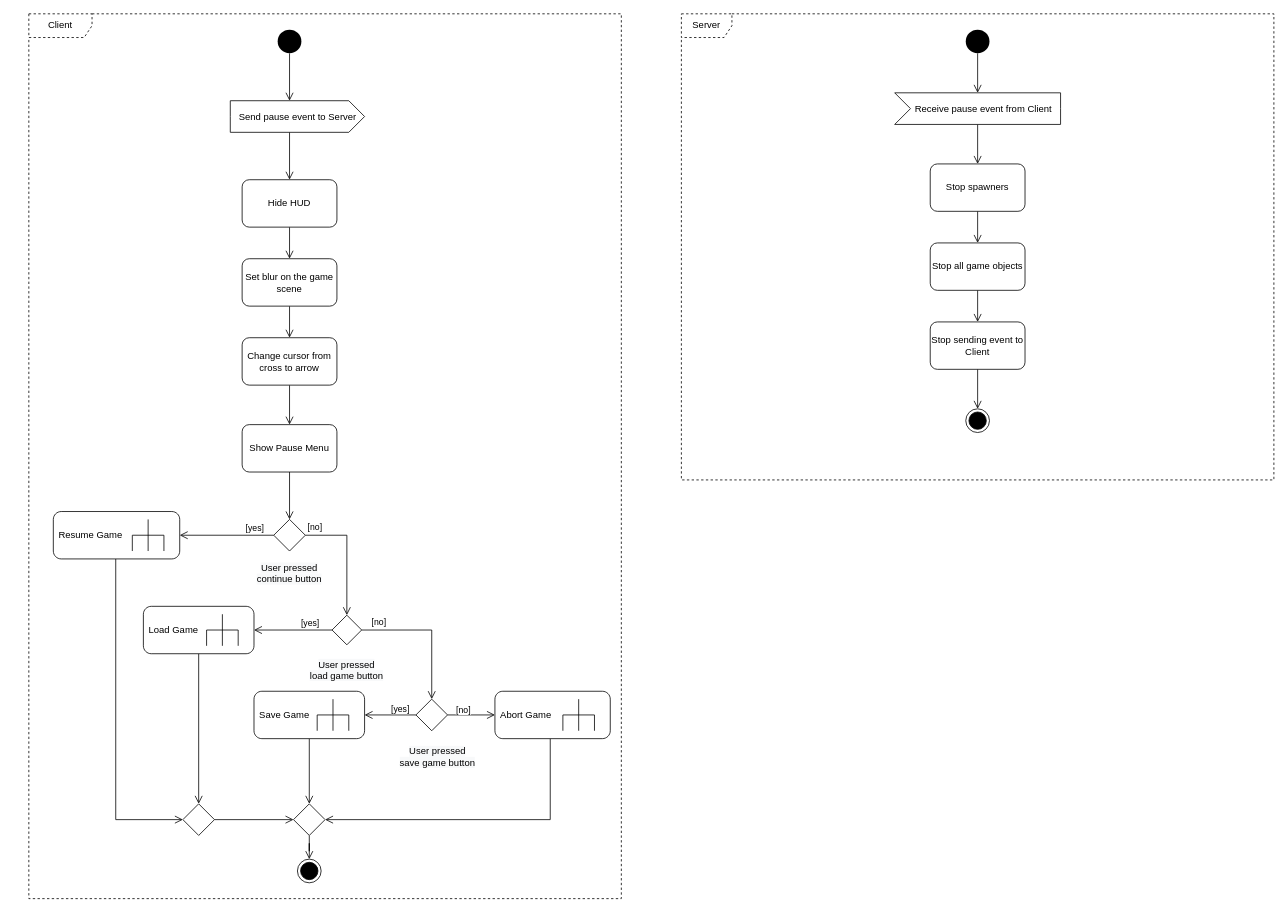
Before: doc/activity_diagrams/singleplayer/pause_game.drawio in TadekBiela/heisttown, a draw.io diagram. Source tidied: cells renumbered, new cells numbered last; positions are measured from the earlier drawing's top-left corner, leaving out a move shared by most shapes. Both pictures are drawn from the tidied source at 79%, with x=0, y=0 at pixel (28, 13).
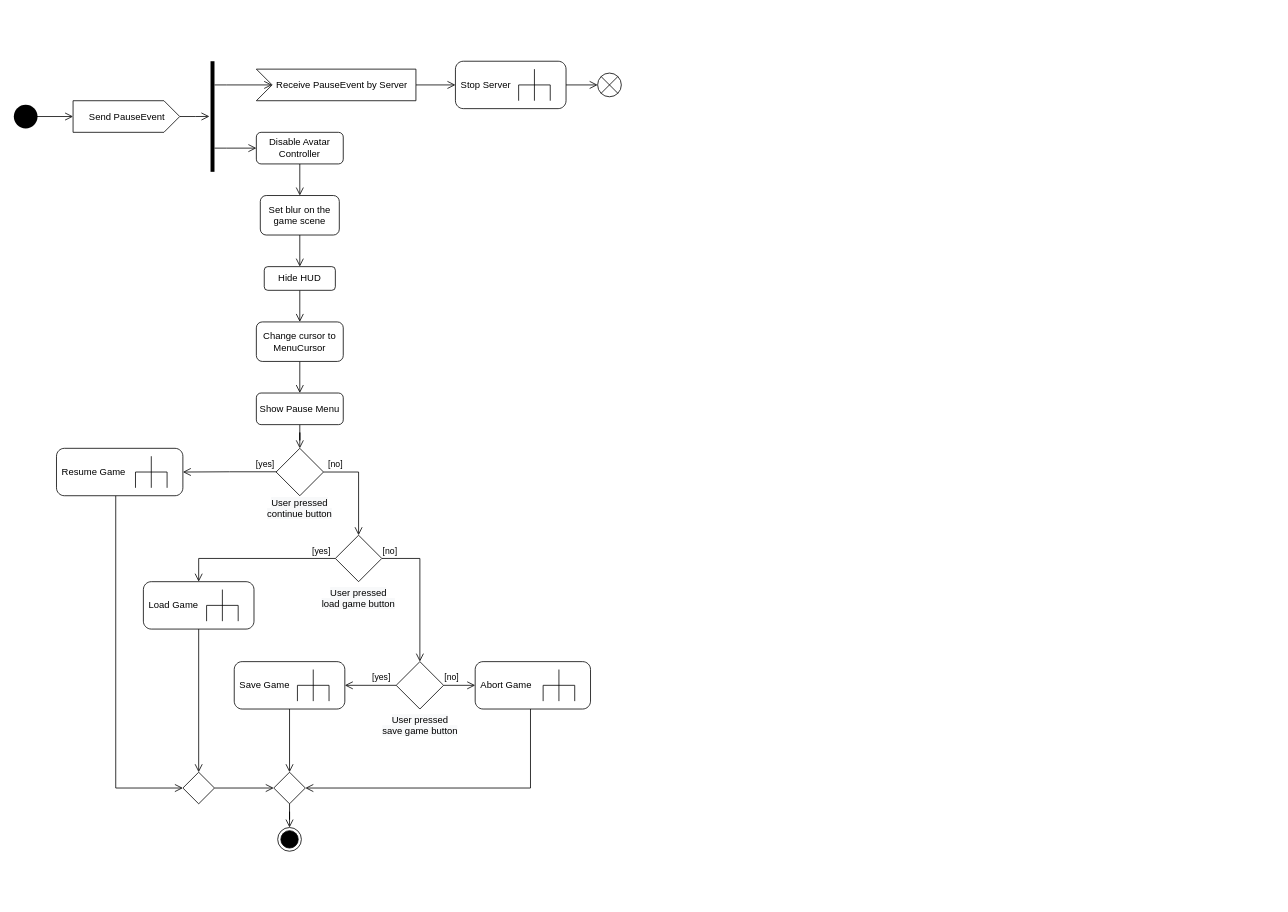
The same page after the edit.

Commit message (it also covers changes not shown here):
Update pause game activity diagram for singleplayer

What changed in the source:
```diff
@@
-    <mxCell id="2" value="Client" style="shape=umlFrame;whiteSpace=wrap;html=1;strokeColor=#000000;width=80;height=30;dashed=1;" parent="1" vertex="1">
-      <mxGeometry width="750" height="1120" as="geometry" />
-    </mxCell>
-    <mxCell id="3" value="Server" style="shape=umlFrame;whiteSpace=wrap;html=1;strokeColor=#000000;width=64;height=30;dashed=1;" parent="1" vertex="1">
-      <mxGeometry x="826" width="750" height="590" as="geometry" />
-    </mxCell>
-    <mxCell id="4" style="edgeStyle=orthogonalEdgeStyle;html=1;verticalAlign=bottom;endArrow=open;endSize=8;strokeColor=#000000;rounded=0;entryX=0;entryY=0;entryDx=75;entryDy=0;exitX=0.5;exitY=1;exitDx=0;exitDy=0;entryPerimeter=0;" parent="1" edge="1" source="30" target="51">
-      <mxGeometry relative="1" as="geometry" />
+    <mxCell id="4" style="edgeStyle=orthogonalEdgeStyle;html=1;verticalAlign=bottom;endArrow=open;endSize=8;strokeColor=#000000;rounded=0;entryX=0;entryY=0;entryDx=0;entryDy=20;entryPerimeter=0;exitX=1;exitY=0.5;exitDx=0;exitDy=0;" parent="1" edge="1" source="30" target="51">
+      <mxGeometry relative="1" as="geometry">
+        <Array as="points">
+          <mxPoint x="1" y="130" />
+          <mxPoint x="1" y="130" />
+        </Array>
+      </mxGeometry>
     </mxCell>
-    <mxCell id="5" style="edgeStyle=orthogonalEdgeStyle;rounded=0;jettySize=auto;html=1;entryX=0.5;entryY=0;entryDx=0;entryDy=0;strokeColor=#000000;endSize=8;endArrow=open;endFill=0;exitX=0;exitY=0;exitDx=75;exitDy=40;exitPerimeter=0;" parent="1" edge="1" source="51" target="7">
-      <mxGeometry relative="1" as="geometry" />
-    </mxCell>
-    <mxCell id="6" style="edgeStyle=orthogonalEdgeStyle;rounded=0;jettySize=auto;html=1;endArrow=open;endFill=0;endSize=8;strokeColor=#000000;" parent="1" edge="1" source="7" target="11">
-      <mxGeometry relative="1" as="geometry" />
-    </mxCell>
+    <mxCell id="53" style="edgeStyle=orthogonalEdgeStyle;rounded=0;jettySize=auto;html=1;endArrow=open;endFill=0;endSize=8;" parent="1" edge="1" source="7" target="9">
+      <mxGeometry relative="1" as="geometry" />
+    </mxCell>
     <mxCell id="7" value="Hide HUD" style="rounded=1;whiteSpace=wrap;html=1;strokeColor=#000000;" parent="1" vertex="1">
-      <mxGeometry x="270" y="210" width="120" height="60" as="geometry" />
+      <mxGeometry x="298" y="320" width="90" height="30" as="geometry" />
     </mxCell>
-    <mxCell id="8" style="edgeStyle=orthogonalEdgeStyle;rounded=0;jettySize=auto;html=1;endArrow=open;endFill=0;endSize=8;strokeColor=#000000;" parent="1" edge="1" source="9" target="13">
-      <mxGeometry relative="1" as="geometry">
-        <Array as="points">
-          <mxPoint x="331" y="530" />
-          <mxPoint x="331" y="530" />
-        </Array>
-      </mxGeometry>
+    <mxCell id="8" style="edgeStyle=orthogonalEdgeStyle;rounded=0;jettySize=auto;html=1;entryX=0.5;entryY=0;entryDx=0;entryDy=0;endArrow=open;endFill=0;endSize=8;" parent="1" edge="1" source="9" target="13">
+      <mxGeometry relative="1" as="geometry" />
     </mxCell>
-    <mxCell id="9" value="Change cursor from cross to arrow" style="rounded=1;whiteSpace=wrap;html=1;strokeColor=#000000;" parent="1" vertex="1">
-      <mxGeometry x="270" y="410" width="120" height="60" as="geometry" />
+    <mxCell id="9" value="Change cursor to MenuCursor" style="rounded=1;whiteSpace=wrap;html=1;strokeColor=#000000;" parent="1" vertex="1">
+      <mxGeometry x="288" y="390" width="110" height="50" as="geometry" />
     </mxCell>
-    <mxCell id="10" style="edgeStyle=orthogonalEdgeStyle;rounded=0;jettySize=auto;html=1;endArrow=open;endFill=0;endSize=8;strokeColor=#000000;" parent="1" edge="1" source="11" target="9">
-      <mxGeometry relative="1" as="geometry" />
-    </mxCell>
+    <mxCell id="54" style="edgeStyle=orthogonalEdgeStyle;rounded=0;jettySize=auto;html=1;endArrow=open;endFill=0;endSize=8;" parent="1" edge="1" source="11" target="7">
+      <mxGeometry relative="1" as="geometry" />
+    </mxCell>
     <mxCell id="11" value="Set blur on the game scene" style="rounded=1;whiteSpace=wrap;html=1;strokeColor=#000000;" parent="1" vertex="1">
-      <mxGeometry x="270" y="310" width="120" height="60" as="geometry" />
+      <mxGeometry x="293" y="230" width="100" height="50" as="geometry" />
     </mxCell>
-    <mxCell id="12" style="edgeStyle=orthogonalEdgeStyle;rounded=0;jettySize=auto;html=1;entryX=0.5;entryY=0;entryDx=0;entryDy=0;endArrow=open;endFill=0;endSize=8;strokeColor=#000000;" parent="1" edge="1" source="13" target="23">
+    <mxCell id="12" style="edgeStyle=orthogonalEdgeStyle;rounded=0;jettySize=auto;html=1;entryX=0.5;entryY=0;entryDx=0;entryDy=0;endArrow=open;endFill=0;endSize=8;strokeColor=#000000;" parent="1" edge="1" source="13" target="65">
       <mxGeometry relative="1" as="geometry" />
     </mxCell>
     <mxCell id="13" value="Show Pause Menu" style="rounded=1;whiteSpace=wrap;html=1;strokeColor=#000000;" parent="1" vertex="1">
-      <mxGeometry x="270" y="520" width="120" height="60" as="geometry" />
+      <mxGeometry x="288" y="480" width="110" height="40" as="geometry" />
     </mxCell>
-    <mxCell id="14" style="edgeStyle=orthogonalEdgeStyle;rounded=0;jettySize=auto;html=1;entryX=1;entryY=0.5;entryDx=0;entryDy=0;entryPerimeter=0;endArrow=open;endFill=0;endSize=8;strokeColor=#000000;exitX=0;exitY=0.5;exitDx=0;exitDy=0;" parent="1" edge="1" source="23" target="19">
+    <mxCell id="14" style="edgeStyle=orthogonalEdgeStyle;rounded=0;jettySize=auto;html=1;entryX=1;entryY=0.5;entryDx=0;entryDy=0;entryPerimeter=0;endArrow=open;endFill=0;endSize=8;strokeColor=#000000;exitX=0.035;exitY=0.495;exitDx=0;exitDy=0;exitPerimeter=0;" parent="1" edge="1" source="65" target="19">
       <mxGeometry relative="1" as="geometry" />
     </mxCell>
     <mxCell id="15" value="[yes]" style="edgeLabel;html=1;align=center;verticalAlign=middle;" parent="14" vertex="1">
       <mxGeometry x="-0.1" relative="1" as="geometry">
-        <mxPoint x="29" y="-10" as="offset" />
+        <mxPoint x="37" y="-10" as="offset" />
       </mxGeometry>
     </mxCell>
     <mxCell id="16" style="edgeStyle=orthogonalEdgeStyle;rounded=0;jettySize=auto;html=1;entryX=1;entryY=0.5;entryDx=0;entryDy=0;endArrow=open;endFill=0;endSize=8;strokeColor=#000000;" parent="1" edge="1" source="17" target="48">
       <mxGeometry relative="1" as="geometry">
         <Array as="points">
-          <mxPoint x="660" y="1020" />
+          <mxPoint x="635" y="980" />
         </Array>
       </mxGeometry>
     </mxCell>
     <mxCell id="17" value="&lt;span style=&quot;text-align: center;&quot;&gt;Abort Game&lt;/span&gt;" style="shape=mxgraph.uml25.behaviorAction;html=1;rounded=1;absoluteArcSize=1;arcSize=10;align=left;spacingLeft=5;strokeColor=#000000;" parent="1" vertex="1">
-      <mxGeometry x="590" y="857.5" width="146" height="60" as="geometry" />
+      <mxGeometry x="565" y="820" width="146" height="60" as="geometry" />
     </mxCell>
     <mxCell id="18" style="edgeStyle=orthogonalEdgeStyle;rounded=0;jettySize=auto;html=1;entryX=0;entryY=0.5;entryDx=0;entryDy=0;endArrow=open;endFill=0;endSize=8;strokeColor=#000000;" parent="1" edge="1" source="19" target="50">
       <mxGeometry relative="1" as="geometry">
         <Array as="points">
-          <mxPoint x="110" y="1020" />
+          <mxPoint x="110" y="980" />
         </Array>
       </mxGeometry>
     </mxCell>
     <mxCell id="19" value="&lt;span style=&quot;text-align: center;&quot;&gt;Resume Game&lt;/span&gt;" style="shape=mxgraph.uml25.behaviorAction;html=1;rounded=1;absoluteArcSize=1;arcSize=10;align=left;spacingLeft=5;strokeColor=#000000;" parent="1" vertex="1">
-      <mxGeometry x="31" y="630" width="160" height="60" as="geometry" />
+      <mxGeometry x="35" y="550" width="160" height="60" as="geometry" />
     </mxCell>
@@
     <mxCell id="21" value="&lt;span style=&quot;text-align: center;&quot;&gt;Load Game&lt;/span&gt;" style="shape=mxgraph.uml25.behaviorAction;html=1;rounded=1;absoluteArcSize=1;arcSize=10;align=left;spacingLeft=5;strokeColor=#000000;" parent="1" vertex="1">
-      <mxGeometry x="145" y="750" width="140" height="60" as="geometry" />
+      <mxGeometry x="145" y="718.8" width="140" height="60" as="geometry" />
     </mxCell>
-    <mxCell id="22" value="[no]" style="edgeStyle=orthogonalEdgeStyle;rounded=0;jettySize=auto;html=1;entryX=0.5;entryY=0;entryDx=0;entryDy=0;endArrow=open;endFill=0;endSize=8;strokeColor=#000000;" parent="1" edge="1" source="23" target="27">
-      <mxGeometry x="-0.84" y="10" relative="1" as="geometry" />
+    <mxCell id="22" value="[no]" style="edgeStyle=orthogonalEdgeStyle;rounded=0;jettySize=auto;html=1;entryX=0.5;entryY=0;entryDx=0;entryDy=0;endArrow=open;endFill=0;endSize=8;strokeColor=#000000;exitX=1;exitY=0.5;exitDx=0;exitDy=0;" parent="1" edge="1" source="65" target="27">
+      <mxGeometry x="-0.76" y="10" relative="1" as="geometry" />
     </mxCell>
-    <mxCell id="23" style="rhombus;strokeColor=#000000;" parent="1" vertex="1">
-      <mxGeometry x="310" y="640" width="40" height="40" as="geometry" />
-    </mxCell>
     <mxCell id="24" value="&lt;span style=&quot;color: rgb(0, 0, 0); font-family: Helvetica; font-size: 12px; font-style: normal; font-variant-ligatures: normal; font-variant-caps: normal; font-weight: 400; letter-spacing: normal; orphans: 2; text-indent: 0px; text-transform: none; widows: 2; word-spacing: 0px; -webkit-text-stroke-width: 0px; background-color: rgb(248, 249, 250); text-decoration-thickness: initial; text-decoration-style: initial; text-decoration-color: initial; float: none; display: inline !important;&quot;&gt;User pressed continue button&lt;/span&gt;" style="text;whiteSpace=wrap;html=1;align=center;" parent="1" vertex="1">
-      <mxGeometry x="285" y="687.5" width="90" height="40" as="geometry" />
+      <mxGeometry x="298" y="605" width="90" height="40" as="geometry" />
     </mxCell>
     <mxCell id="25" value="[yes]" style="edgeStyle=orthogonalEdgeStyle;rounded=0;jettySize=auto;html=1;endArrow=open;endFill=0;endSize=8;strokeColor=#000000;" parent="1" edge="1" source="27" target="21">
-      <mxGeometry x="-0.43" y="-7" relative="1" as="geometry">
-        <mxPoint y="-1" as="offset" />
+      <mxGeometry x="-0.82" y="-9" relative="1" as="geometry">
+        <Array as="points">
+          <mxPoint x="215" y="689" />
+        </Array>
       </mxGeometry>
     </mxCell>
-    <mxCell id="26" value="[no]" style="edgeStyle=orthogonalEdgeStyle;rounded=0;jettySize=auto;html=1;endArrow=open;endFill=0;endSize=8;strokeColor=#000000;entryX=0.5;entryY=0;entryDx=0;entryDy=0;" parent="1" edge="1" source="27" target="43">
-      <mxGeometry x="-0.75" y="10" relative="1" as="geometry" />
+    <mxCell id="26" value="[no]" style="edgeStyle=orthogonalEdgeStyle;rounded=0;jettySize=auto;html=1;endArrow=open;endFill=0;endSize=8;strokeColor=#000000;" parent="1" edge="1" source="27" target="66">
+      <mxGeometry x="-0.89" y="9" relative="1" as="geometry" />
     </mxCell>
     <mxCell id="27" style="rhombus;strokeColor=#000000;" parent="1" vertex="1">
-      <mxGeometry x="383.8" y="761.2" width="37.5" height="37.5" as="geometry" />
+      <mxGeometry x="388" y="660" width="58.8" height="58.8" as="geometry" />
     </mxCell>
     <mxCell id="28" value="&lt;span style=&quot;color: rgb(0, 0, 0); font-family: Helvetica; font-size: 12px; font-style: normal; font-variant-ligatures: normal; font-variant-caps: normal; font-weight: 400; letter-spacing: normal; orphans: 2; text-indent: 0px; text-transform: none; widows: 2; word-spacing: 0px; -webkit-text-stroke-width: 0px; background-color: rgb(248, 249, 250); text-decoration-thickness: initial; text-decoration-style: initial; text-decoration-color: initial; float: none; display: inline !important;&quot;&gt;User pressed load game button&lt;/span&gt;" style="text;whiteSpace=wrap;html=1;align=center;" parent="1" vertex="1">
-      <mxGeometry x="353.2" y="810" width="98.5" height="40" as="geometry" />
+      <mxGeometry x="368.1" y="718.8" width="98.5" height="40" as="geometry" />
     </mxCell>
     <mxCell id="29" style="ellipse;html=1;shape=endState;fillColor=#000000;strokeColor=#000000;direction=east;" parent="1" vertex="1">
-      <mxGeometry x="340" y="1070" width="30" height="30" as="geometry" />
+      <mxGeometry x="315" y="1030" width="30" height="30" as="geometry" />
     </mxCell>
     <mxCell id="30" style="ellipse;fillColor=#000000;strokeColor=none;" parent="1" vertex="1">
-      <mxGeometry x="315" y="20" width="30" height="30" as="geometry" />
+      <mxGeometry x="-19" y="115" width="30" height="30" as="geometry" />
     </mxCell>
-    <mxCell id="31" style="edgeStyle=orthogonalEdgeStyle;rounded=0;jettySize=auto;html=1;endArrow=open;endFill=0;endSize=8;strokeColor=#000000;" parent="1" edge="1" source="32" target="52">
-      <mxGeometry relative="1" as="geometry" />
-    </mxCell>
-    <mxCell id="32" style="ellipse;fillColor=#000000;strokeColor=none;" parent="1" vertex="1">
-      <mxGeometry x="1186" y="20" width="30" height="30" as="geometry" />
-    </mxCell>
-    <mxCell id="33" style="edgeStyle=orthogonalEdgeStyle;rounded=0;jettySize=auto;html=1;entryX=0.5;entryY=0;entryDx=0;entryDy=0;endArrow=open;endFill=0;endSize=8;strokeColor=#000000;exitX=0;exitY=0;exitDx=105;exitDy=40;exitPerimeter=0;" parent="1" edge="1" source="52" target="35">
-      <mxGeometry relative="1" as="geometry" />
-    </mxCell>
-    <mxCell id="34" style="edgeStyle=orthogonalEdgeStyle;rounded=0;jettySize=auto;html=1;endArrow=open;endFill=0;endSize=8;strokeColor=#000000;" parent="1" edge="1" source="35" target="37">
-      <mxGeometry relative="1" as="geometry" />
-    </mxCell>
-    <mxCell id="35" value="Stop spawners" style="rounded=1;whiteSpace=wrap;html=1;strokeColor=#000000;" parent="1" vertex="1">
-      <mxGeometry x="1141" y="190" width="120" height="60" as="geometry" />
-    </mxCell>
-    <mxCell id="36" style="edgeStyle=orthogonalEdgeStyle;rounded=0;jettySize=auto;html=1;entryX=0.5;entryY=0;entryDx=0;entryDy=0;endArrow=open;endFill=0;endSize=8;strokeColor=#000000;" parent="1" edge="1" source="37" target="39">
-      <mxGeometry relative="1" as="geometry" />
-    </mxCell>
-    <mxCell id="37" value="Stop all game objects" style="rounded=1;whiteSpace=wrap;html=1;strokeColor=#000000;" parent="1" vertex="1">
-      <mxGeometry x="1141" y="290" width="120" height="60" as="geometry" />
-    </mxCell>
-    <mxCell id="38" style="edgeStyle=orthogonalEdgeStyle;rounded=0;jettySize=auto;html=1;entryX=0.5;entryY=0;entryDx=0;entryDy=0;endArrow=open;endFill=0;endSize=8;strokeColor=#000000;" parent="1" edge="1" source="39" target="40">
-      <mxGeometry relative="1" as="geometry" />
-    </mxCell>
-    <mxCell id="39" value="Stop sending event to Client" style="rounded=1;whiteSpace=wrap;html=1;strokeColor=#000000;" parent="1" vertex="1">
-      <mxGeometry x="1141" y="390" width="120" height="60" as="geometry" />
-    </mxCell>
-    <mxCell id="40" style="ellipse;html=1;shape=endState;fillColor=#000000;strokeColor=#000000;" parent="1" vertex="1">
-      <mxGeometry x="1186" y="500" width="30" height="30" as="geometry" />
-    </mxCell>
-    <mxCell id="41" value="[yes]" style="edgeStyle=orthogonalEdgeStyle;rounded=0;jettySize=auto;html=1;endArrow=open;endFill=0;endSize=8;strokeColor=#000000;" parent="1" edge="1" source="43" target="46">
-      <mxGeometry x="-0.38" y="-7" relative="1" as="geometry">
-        <mxPoint y="-1" as="offset" />
-      </mxGeometry>
+    <mxCell id="41" value="[yes]" style="edgeStyle=orthogonalEdgeStyle;rounded=0;jettySize=auto;html=1;endArrow=open;endFill=0;endSize=8;strokeColor=#000000;exitX=0;exitY=0.5;exitDx=0;exitDy=0;" parent="1" edge="1" source="66" target="46">
+      <mxGeometry x="-0.41" y="-10" relative="1" as="geometry" />
     </mxCell>
-    <mxCell id="42" value="[no]" style="edgeStyle=orthogonalEdgeStyle;rounded=0;jettySize=auto;html=1;endArrow=open;endFill=0;endSize=8;strokeColor=#000000;" parent="1" edge="1" source="43" target="17">
-      <mxGeometry x="-0.33" y="8" relative="1" as="geometry">
-        <mxPoint y="1" as="offset" />
-      </mxGeometry>
+    <mxCell id="42" value="[no]" style="edgeStyle=orthogonalEdgeStyle;rounded=0;jettySize=auto;html=1;endArrow=open;endFill=0;endSize=8;strokeColor=#000000;exitX=1;exitY=0.5;exitDx=0;exitDy=0;" parent="1" edge="1" source="66" target="17">
+      <mxGeometry x="-0.5" y="10" relative="1" as="geometry" />
     </mxCell>
-    <mxCell id="43" style="rhombus;strokeColor=#000000;" parent="1" vertex="1">
-      <mxGeometry x="490" y="867.5" width="40" height="40" as="geometry" />
-    </mxCell>
     <mxCell id="44" value="&lt;span style=&quot;color: rgb(0, 0, 0); font-family: Helvetica; font-size: 12px; font-style: normal; font-variant-ligatures: normal; font-variant-caps: normal; font-weight: 400; letter-spacing: normal; orphans: 2; text-indent: 0px; text-transform: none; widows: 2; word-spacing: 0px; -webkit-text-stroke-width: 0px; background-color: rgb(248, 249, 250); text-decoration-thickness: initial; text-decoration-style: initial; text-decoration-color: initial; float: none; display: inline !important;&quot;&gt;User pressed save game button&lt;/span&gt;" style="text;whiteSpace=wrap;html=1;align=center;" parent="1" vertex="1">
-      <mxGeometry x="468.2" y="920" width="98.5" height="40" as="geometry" />
+      <mxGeometry x="445.8" y="880" width="98.5" height="40" as="geometry" />
     </mxCell>
@@
     <mxCell id="46" value="&lt;span style=&quot;text-align: center;&quot;&gt;Save Game&lt;/span&gt;" style="shape=mxgraph.uml25.behaviorAction;html=1;rounded=1;absoluteArcSize=1;arcSize=10;align=left;spacingLeft=5;strokeColor=#000000;" parent="1" vertex="1">
-      <mxGeometry x="285" y="857.5" width="140" height="60" as="geometry" />
+      <mxGeometry x="260" y="820" width="140" height="60" as="geometry" />
     </mxCell>
@@
     <mxCell id="48" style="rhombus;strokeColor=#000000;" parent="1" vertex="1">
-      <mxGeometry x="335" y="1000" width="40" height="40" as="geometry" />
+      <mxGeometry x="310" y="960" width="40" height="40" as="geometry" />
     </mxCell>
@@
     <mxCell id="50" style="rhombus;strokeColor=#000000;" parent="1" vertex="1">
-      <mxGeometry x="195" y="1000" width="40" height="40" as="geometry" />
+      <mxGeometry x="195" y="960" width="40" height="40" as="geometry" />
     </mxCell>
+    <mxCell id="55" style="edgeStyle=orthogonalEdgeStyle;rounded=0;jettySize=auto;html=1;entryX=-0.286;entryY=0.499;entryDx=0;entryDy=0;entryPerimeter=0;endArrow=open;endFill=0;endSize=8;" parent="1" edge="1" source="51" target="59">
+      <mxGeometry relative="1" as="geometry" />
+    </mxCell>
-    <mxCell id="51" value="&lt;span style=&quot;font-size: 12px;&quot;&gt;Send pause event to Server&lt;/span&gt;" style="html=1;shape=mxgraph.infographic.ribbonSimple;notch1=0;notch2=20;align=center;verticalAlign=middle;fontSize=14;fontStyle=0;fillColor=#FFFFFF;strokeColor=#000000;" parent="1" vertex="1">
-      <mxGeometry x="255" y="110" width="170" height="40" as="geometry" />
+    <mxCell id="51" value="&lt;span style=&quot;font-size: 12px;&quot;&gt;Send PauseEvent&lt;/span&gt;" style="html=1;shape=mxgraph.infographic.ribbonSimple;notch1=0;notch2=20;align=center;verticalAlign=middle;fontSize=14;fontStyle=0;fillColor=#FFFFFF;strokeColor=#000000;" parent="1" vertex="1">
+      <mxGeometry x="56" y="110" width="135" height="40" as="geometry" />
     </mxCell>
+    <mxCell id="56" style="edgeStyle=orthogonalEdgeStyle;rounded=0;jettySize=auto;html=1;endSize=8;endArrow=open;endFill=0;" parent="1" edge="1" source="52" target="61">
+      <mxGeometry relative="1" as="geometry" />
+    </mxCell>
-    <mxCell id="52" value="&lt;span style=&quot;font-size: 12px;&quot;&gt;Receive pause event from Client&lt;/span&gt;" style="html=1;shape=mxgraph.infographic.ribbonSimple;notch1=20;notch2=0;align=center;verticalAlign=middle;fontSize=14;fontStyle=0;fillColor=#FFFFFF;flipH=0;spacingRight=0;spacingLeft=14;strokeColor=#000000;" parent="1" vertex="1">
-      <mxGeometry x="1096" y="100" width="210" height="40" as="geometry" />
+    <mxCell id="52" value="&lt;span style=&quot;font-size: 12px;&quot;&gt;Receive PauseEvent by Server&lt;/span&gt;" style="html=1;shape=mxgraph.infographic.ribbonSimple;notch1=20;notch2=0;align=center;verticalAlign=middle;fontSize=14;fontStyle=0;fillColor=#FFFFFF;flipH=0;spacingRight=0;spacingLeft=14;strokeColor=#000000;" parent="1" vertex="1">
+      <mxGeometry x="288" y="70" width="202" height="40" as="geometry" />
     </mxCell>
+    <mxCell id="57" style="edgeStyle=orthogonalEdgeStyle;rounded=0;jettySize=auto;html=1;entryX=0;entryY=0;entryDx=20;entryDy=20;entryPerimeter=0;endArrow=open;endFill=0;endSize=8;" parent="1" edge="1" source="59" target="52">
+      <mxGeometry relative="1" as="geometry">
+        <Array as="points">
+          <mxPoint x="250" y="90" />
+          <mxPoint x="250" y="90" />
+        </Array>
+      </mxGeometry>
+    </mxCell>
+    <mxCell id="58" style="edgeStyle=orthogonalEdgeStyle;rounded=0;jettySize=auto;html=1;entryX=0;entryY=0.5;entryDx=0;entryDy=0;endArrow=open;endFill=0;endSize=8;" parent="1" edge="1" source="59" target="64">
+      <mxGeometry relative="1" as="geometry">
+        <Array as="points">
+          <mxPoint x="250" y="170" />
+          <mxPoint x="250" y="170" />
+        </Array>
+      </mxGeometry>
+    </mxCell>
+    <mxCell id="59" style="html=1;points=[];perimeter=orthogonalPerimeter;fillColor=#000000;strokeColor=none;" parent="1" vertex="1">
+      <mxGeometry x="230" y="60" width="5" height="140" as="geometry" />
+    </mxCell>
+    <mxCell id="60" style="edgeStyle=orthogonalEdgeStyle;rounded=0;jettySize=auto;html=1;entryX=0;entryY=0.5;entryDx=0;entryDy=0;endArrow=open;endFill=0;endSize=8;" parent="1" edge="1" source="61" target="62">
+      <mxGeometry relative="1" as="geometry" />
+    </mxCell>
+    <mxCell id="61" value="Stop Server" style="shape=mxgraph.uml25.behaviorAction;html=1;rounded=1;absoluteArcSize=1;arcSize=10;align=left;spacingLeft=5;" parent="1" vertex="1">
+      <mxGeometry x="540" y="60" width="140" height="60" as="geometry" />
+    </mxCell>
+    <mxCell id="62" style="shape=sumEllipse;perimeter=ellipsePerimeter;whiteSpace=wrap;html=1;backgroundOutline=1;" parent="1" vertex="1">
+      <mxGeometry x="720" y="75" width="30" height="30" as="geometry" />
+    </mxCell>
+    <mxCell id="63" style="edgeStyle=orthogonalEdgeStyle;rounded=0;jettySize=auto;html=1;endArrow=open;endFill=0;endSize=8;" parent="1" edge="1" source="64" target="11">
+      <mxGeometry relative="1" as="geometry" />
+    </mxCell>
+    <mxCell id="64" value="Disable Avatar Controller" style="rounded=1;whiteSpace=wrap;html=1;strokeColor=#000000;" parent="1" vertex="1">
+      <mxGeometry x="288" y="150" width="110" height="40" as="geometry" />
+    </mxCell>
+    <mxCell id="65" style="rhombus;" parent="1" vertex="1">
+      <mxGeometry x="313" y="550" width="60" height="60" as="geometry" />
+    </mxCell>
+    <mxCell id="66" style="rhombus;" parent="1" vertex="1">
+      <mxGeometry x="465" y="820" width="60" height="60" as="geometry" />
+    </mxCell>
```
